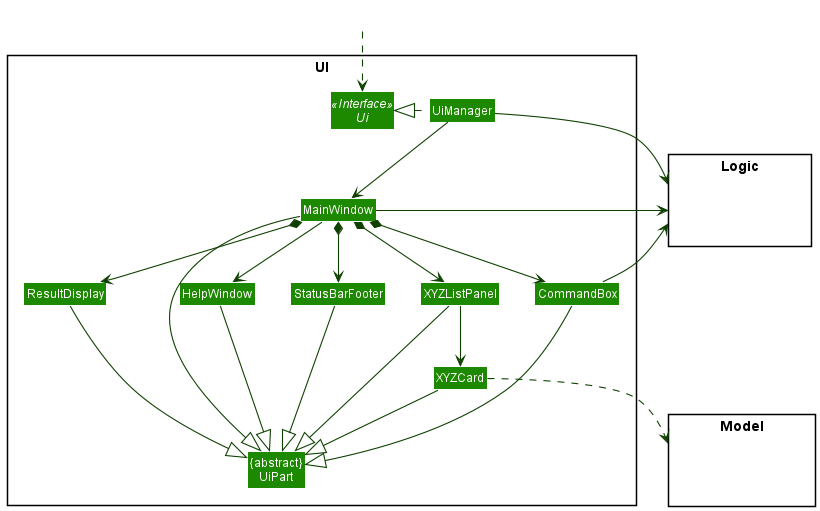
Earlier version of the PlantUML export docs/images/UiClassDiagram.png (nus-cs2103-AY2021S2/tp).
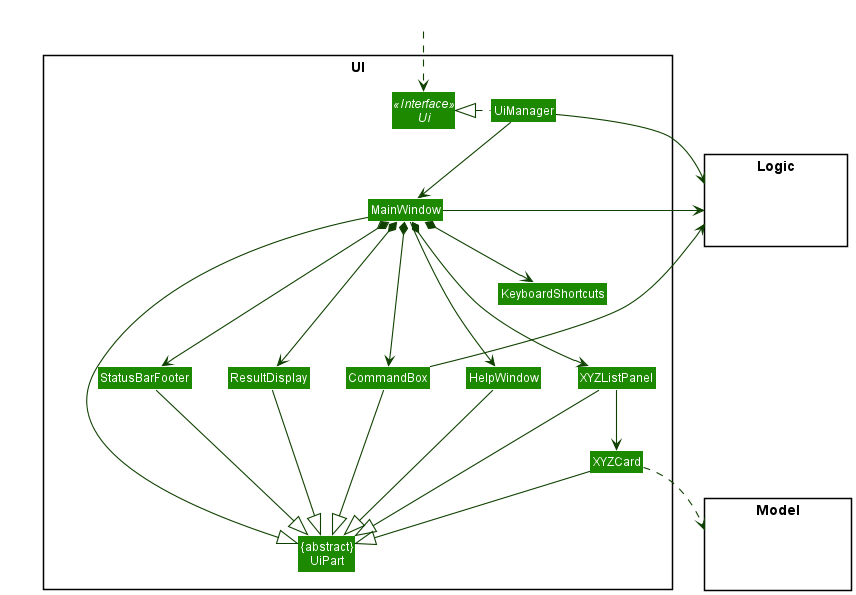
After the commit.

The edit, as a diff of the source:
```diff
@@ -15,6 +15,7 @@
 Class XYZCard
 Class StatusBarFooter
 Class CommandBox
+Class KeyboardShortcuts
 }
 
 package Model <<Rectangle>> {
@@ -34,7 +35,8 @@
 MainWindow *-down-> CommandBox
 MainWindow *-down-> ResultDisplay
 MainWindow *-down-> XYZListPanel
-MainWindow *-down-> StatusBarFooter
+MainWindow *-down--> StatusBarFooter
+MainWindow *-down-> KeyboardShortcuts
 
 XYZListPanel -down-> XYZCard
 
```
